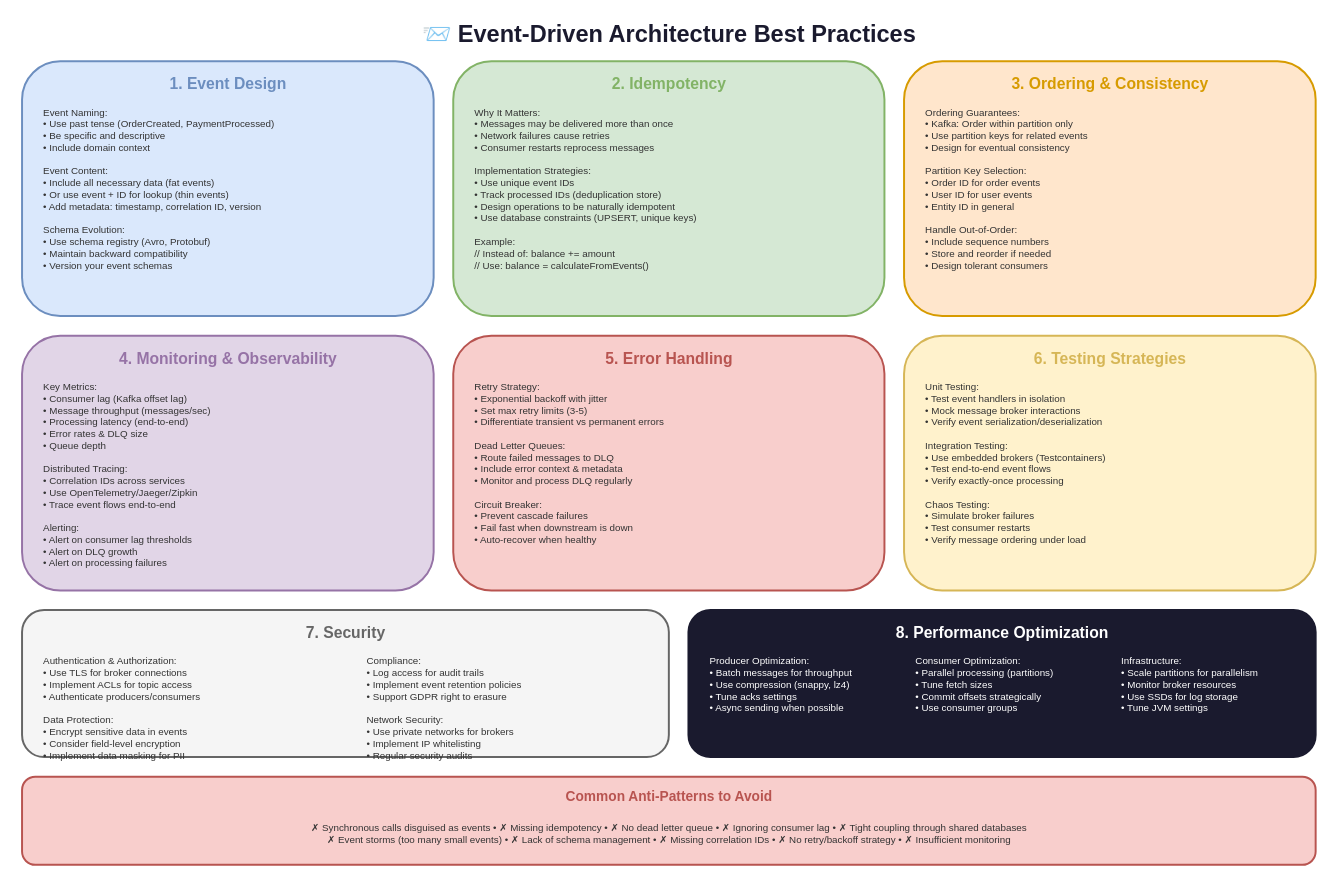
Before: lesson-02-event-driven-architecture/06-best-practices/6.2-eda-best-practices.drawio in MrParkerZ7/document-lesson-software-architect-x-claude, a draw.io diagram. Source tidied: cells renumbered, new cells numbered last; positions are measured from the earlier drawing's top-left corner, leaving out a move shared by most shapes. Both pictures are drawn from the tidied source at 98%, with x=0, y=0 at pixel (22, 17).
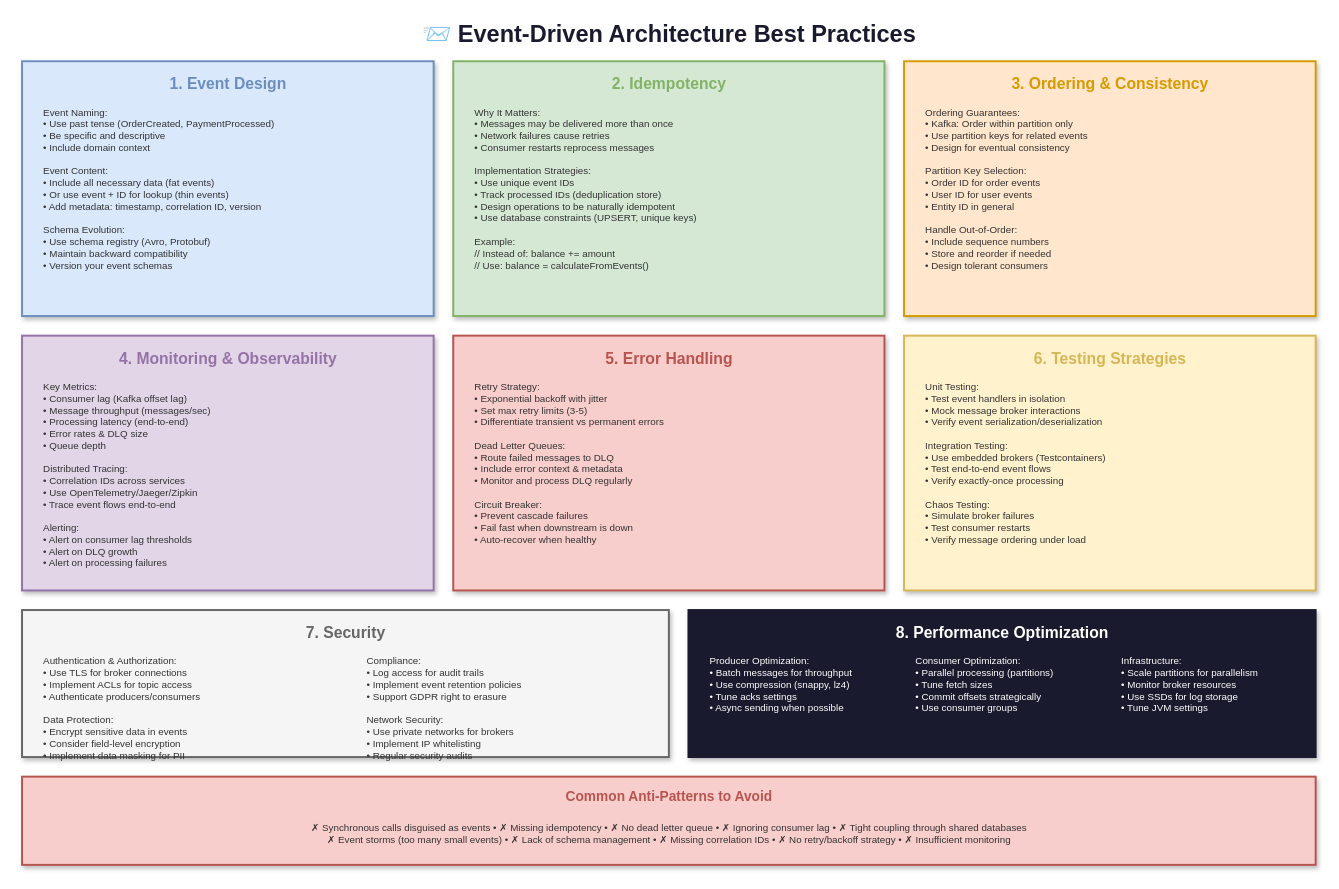
The same diagram, later.

Change to the diagram source:
```diff
@@
-    <mxCell id="3" style="rounded=1;whiteSpace=wrap;html=1;fillColor=#dae8fc;strokeColor=#6c8ebf;strokeWidth=2;" parent="1" vertex="1">
+    <mxCell id="3" style="rounded=0;whiteSpace=wrap;html=1;fillColor=#dae8fc;strokeColor=#6c8ebf;strokeWidth=2;shadow=1;" parent="1" vertex="1">
       <mxGeometry y="45" width="420" height="260" as="geometry" />
     </mxCell>
@@
-    <mxCell id="6" style="rounded=1;whiteSpace=wrap;html=1;fillColor=#d5e8d4;strokeColor=#82b366;strokeWidth=2;" parent="1" vertex="1">
+    <mxCell id="6" style="rounded=0;whiteSpace=wrap;html=1;fillColor=#d5e8d4;strokeColor=#82b366;strokeWidth=2;shadow=1;" parent="1" vertex="1">
       <mxGeometry x="440" y="45" width="440" height="260" as="geometry" />
     </mxCell>
@@
-    <mxCell id="9" style="rounded=1;whiteSpace=wrap;html=1;fillColor=#ffe6cc;strokeColor=#d79b00;strokeWidth=2;" parent="1" vertex="1">
+    <mxCell id="9" style="rounded=0;whiteSpace=wrap;html=1;fillColor=#ffe6cc;strokeColor=#d79b00;strokeWidth=2;shadow=1;" parent="1" vertex="1">
       <mxGeometry x="900" y="45" width="420" height="260" as="geometry" />
     </mxCell>
@@
-    <mxCell id="12" style="rounded=1;whiteSpace=wrap;html=1;fillColor=#e1d5e7;strokeColor=#9673a6;strokeWidth=2;" parent="1" vertex="1">
+    <mxCell id="12" style="rounded=0;whiteSpace=wrap;html=1;fillColor=#e1d5e7;strokeColor=#9673a6;strokeWidth=2;shadow=1;" parent="1" vertex="1">
       <mxGeometry y="325" width="420" height="260" as="geometry" />
     </mxCell>
@@
-    <mxCell id="15" style="rounded=1;whiteSpace=wrap;html=1;fillColor=#f8cecc;strokeColor=#b85450;strokeWidth=2;" parent="1" vertex="1">
+    <mxCell id="15" style="rounded=0;whiteSpace=wrap;html=1;fillColor=#f8cecc;strokeColor=#b85450;strokeWidth=2;shadow=1;" parent="1" vertex="1">
       <mxGeometry x="440" y="325" width="440" height="260" as="geometry" />
     </mxCell>
@@
-    <mxCell id="18" style="rounded=1;whiteSpace=wrap;html=1;fillColor=#fff2cc;strokeColor=#d6b656;strokeWidth=2;" parent="1" vertex="1">
+    <mxCell id="18" style="rounded=0;whiteSpace=wrap;html=1;fillColor=#fff2cc;strokeColor=#d6b656;strokeWidth=2;shadow=1;" parent="1" vertex="1">
       <mxGeometry x="900" y="325" width="420" height="260" as="geometry" />
     </mxCell>
@@
-    <mxCell id="21" style="rounded=1;whiteSpace=wrap;html=1;fillColor=#f5f5f5;strokeColor=#666666;strokeWidth=2;" parent="1" vertex="1">
+    <mxCell id="21" style="rounded=0;whiteSpace=wrap;html=1;fillColor=#f5f5f5;strokeColor=#666666;strokeWidth=2;shadow=1;" parent="1" vertex="1">
       <mxGeometry y="605" width="660" height="150" as="geometry" />
     </mxCell>
@@
-    <mxCell id="25" style="rounded=1;whiteSpace=wrap;html=1;fillColor=#1a1a2e;strokeColor=#1a1a2e;strokeWidth=2;" parent="1" vertex="1">
+    <mxCell id="25" style="rounded=0;whiteSpace=wrap;html=1;fillColor=#1a1a2e;strokeColor=#1a1a2e;strokeWidth=2;shadow=1;" parent="1" vertex="1">
       <mxGeometry x="680" y="605" width="640" height="150" as="geometry" />
     </mxCell>
@@
-    <mxCell id="30" style="rounded=1;whiteSpace=wrap;html=1;fillColor=#f8cecc;strokeColor=#b85450;strokeWidth=2;" parent="1" vertex="1">
+    <mxCell id="30" style="rounded=0;whiteSpace=wrap;html=1;fillColor=#f8cecc;strokeColor=#b85450;strokeWidth=2;shadow=1;" parent="1" vertex="1">
       <mxGeometry y="775" width="1320" height="90" as="geometry" />
     </mxCell>
```
